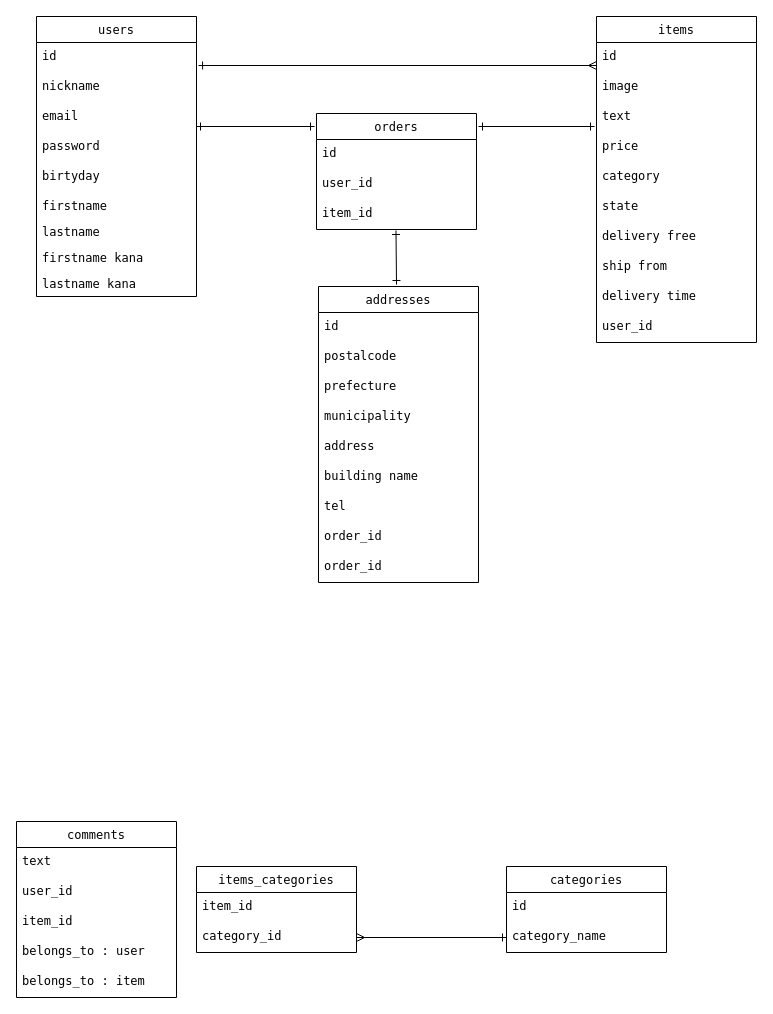
emiakazaki/furima-29123 keeps this draw.io diagram as furima.dio. Above is the earlier version. Source tidied: cells renumbered, new cells numbered last; positions are measured from the earlier drawing's top-left corner, leaving out a move shared by most shapes. Both pictures are drawn from the tidied source at 100%, with x=0, y=0 at pixel (16, 16).
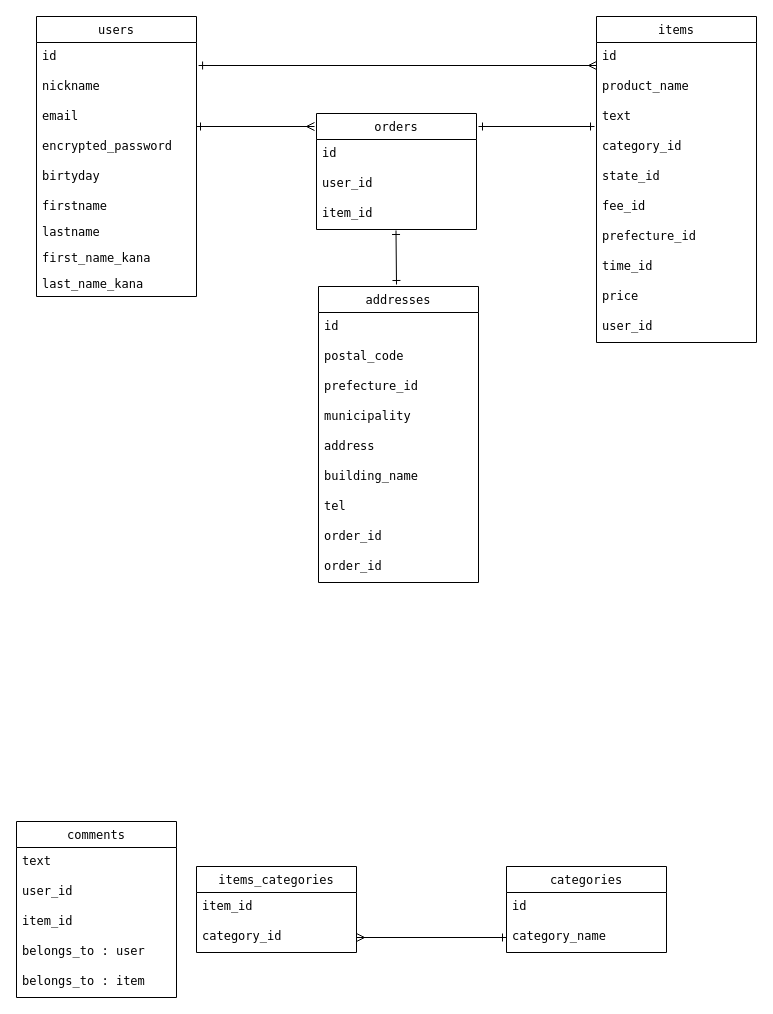
Above is the later version.

Commit message (it also covers changes not shown here):
テーブル設計_修正

Unchanged cells that the change refers to:
```xml
<mxCell id="2" value="users" style="swimlane;fontStyle=0;horizontal=1;startSize=26;align=center;fontSize=12;fontFamily=Lucida Console;" parent="1" vertex="1">
  <mxGeometry x="20" width="160" height="280" as="geometry" />
</mxCell>
<mxCell id="13" value="items" style="swimlane;fontStyle=0;horizontal=1;startSize=26;align=center;fontSize=12;fontFamily=Lucida Console;" parent="1" vertex="1">
  <mxGeometry x="580" width="160" height="326" as="geometry" />
</mxCell>
<mxCell id="28" value="addresses" style="swimlane;fontStyle=0;horizontal=1;startSize=26;align=center;fontSize=12;fontFamily=Lucida Console;" parent="1" vertex="1">
  <mxGeometry x="302" y="270" width="160" height="296" as="geometry" />
</mxCell>
```

Diff of the diagram source:
```diff
@@
-    <mxCell id="6" value="password" style="text;strokeColor=none;fillColor=none;spacingLeft=4;spacingRight=4;overflow=hidden;fontSize=12;fontFamily=Lucida Console;" parent="2" vertex="1">
+    <mxCell id="6" value="encrypted_password" style="text;strokeColor=none;fillColor=none;spacingLeft=4;spacingRight=4;overflow=hidden;fontSize=12;fontFamily=Lucida Console;" parent="2" vertex="1">
       <mxGeometry y="116" width="160" height="30" as="geometry" />
     </mxCell>
@@
-    <mxCell id="10" value="firstname kana" style="text;strokeColor=none;fillColor=none;spacingLeft=4;spacingRight=4;overflow=hidden;fontSize=12;fontFamily=Lucida Console;" parent="2" vertex="1">
+    <mxCell id="10" value="first_name_kana" style="text;strokeColor=none;fillColor=none;spacingLeft=4;spacingRight=4;overflow=hidden;fontSize=12;fontFamily=Lucida Console;" parent="2" vertex="1">
       <mxGeometry y="228" width="160" height="26" as="geometry" />
     </mxCell>
-    <mxCell id="11" value="lastname kana" style="text;strokeColor=none;fillColor=none;spacingLeft=4;spacingRight=4;overflow=hidden;fontSize=12;fontFamily=Lucida Console;" parent="2" vertex="1">
+    <mxCell id="11" value="last_name_kana" style="text;strokeColor=none;fillColor=none;spacingLeft=4;spacingRight=4;overflow=hidden;fontSize=12;fontFamily=Lucida Console;" parent="2" vertex="1">
       <mxGeometry y="254" width="160" height="26" as="geometry" />
     </mxCell>
@@
-    <mxCell id="15" value="image" style="text;strokeColor=none;fillColor=none;spacingLeft=4;spacingRight=4;overflow=hidden;fontSize=12;fontFamily=Lucida Console;" parent="13" vertex="1">
-      <mxGeometry y="56" width="160" height="30" as="geometry" />
-    </mxCell>
-    <mxCell id="16" value="text" style="text;strokeColor=none;fillColor=none;spacingLeft=4;spacingRight=4;overflow=hidden;fontSize=12;fontFamily=Lucida Console;" parent="13" vertex="1">
-      <mxGeometry y="86" width="160" height="30" as="geometry" />
+    <mxCell id="16" value="product_name" style="text;strokeColor=none;fillColor=none;spacingLeft=4;spacingRight=4;overflow=hidden;fontSize=12;fontFamily=Lucida Console;" parent="13" vertex="1">
+      <mxGeometry y="56" width="160" height="30" as="geometry" />
     </mxCell>
-    <mxCell id="17" value="price" style="text;strokeColor=none;fillColor=none;spacingLeft=4;spacingRight=4;overflow=hidden;fontSize=12;fontFamily=Lucida Console;" parent="13" vertex="1">
-      <mxGeometry y="116" width="160" height="30" as="geometry" />
-    </mxCell>
+    <mxCell id="55" value="text" style="text;strokeColor=none;fillColor=none;spacingLeft=4;spacingRight=4;overflow=hidden;fontSize=12;fontFamily=Lucida Console;" parent="13" vertex="1">
+      <mxGeometry y="86" width="160" height="30" as="geometry" />
+    </mxCell>
-    <mxCell id="18" value="category" style="text;strokeColor=none;fillColor=none;spacingLeft=4;spacingRight=4;overflow=hidden;fontSize=12;fontFamily=Lucida Console;" parent="13" vertex="1">
-      <mxGeometry y="146" width="160" height="30" as="geometry" />
+    <mxCell id="18" value="category_id" style="text;strokeColor=none;fillColor=none;spacingLeft=4;spacingRight=4;overflow=hidden;fontSize=12;fontFamily=Lucida Console;" parent="13" vertex="1">
+      <mxGeometry y="116" width="160" height="30" as="geometry" />
     </mxCell>
-    <mxCell id="19" value="state" style="text;strokeColor=none;fillColor=none;spacingLeft=4;spacingRight=4;overflow=hidden;fontSize=12;fontFamily=Lucida Console;" parent="13" vertex="1">
-      <mxGeometry y="176" width="160" height="30" as="geometry" />
+    <mxCell id="19" value="state_id" style="text;strokeColor=none;fillColor=none;spacingLeft=4;spacingRight=4;overflow=hidden;fontSize=12;fontFamily=Lucida Console;" parent="13" vertex="1">
+      <mxGeometry y="146" width="160" height="30" as="geometry" />
     </mxCell>
-    <mxCell id="20" value="delivery free" style="text;strokeColor=none;fillColor=none;spacingLeft=4;spacingRight=4;overflow=hidden;fontSize=12;fontFamily=Lucida Console;" parent="13" vertex="1">
-      <mxGeometry y="206" width="160" height="30" as="geometry" />
+    <mxCell id="20" value="fee_id&#10;" style="text;strokeColor=none;fillColor=none;spacingLeft=4;spacingRight=4;overflow=hidden;fontSize=12;fontFamily=Lucida Console;" parent="13" vertex="1">
+      <mxGeometry y="176" width="160" height="30" as="geometry" />
     </mxCell>
-    <mxCell id="21" value="ship from" style="text;strokeColor=none;fillColor=none;spacingLeft=4;spacingRight=4;overflow=hidden;fontSize=12;fontFamily=Lucida Console;" parent="13" vertex="1">
-      <mxGeometry y="236" width="160" height="30" as="geometry" />
-    </mxCell>
+    <mxCell id="56" value="prefecture_id" style="text;strokeColor=none;fillColor=none;spacingLeft=4;spacingRight=4;overflow=hidden;fontSize=12;fontFamily=Lucida Console;" parent="13" vertex="1">
+      <mxGeometry y="206" width="160" height="30" as="geometry" />
+    </mxCell>
-    <mxCell id="22" value="delivery time" style="text;strokeColor=none;fillColor=none;spacingLeft=4;spacingRight=4;overflow=hidden;fontSize=12;fontFamily=Lucida Console;" parent="13" vertex="1">
-      <mxGeometry y="266" width="160" height="30" as="geometry" />
+    <mxCell id="22" value="time_id" style="text;strokeColor=none;fillColor=none;spacingLeft=4;spacingRight=4;overflow=hidden;fontSize=12;fontFamily=Lucida Console;" parent="13" vertex="1">
+      <mxGeometry y="236" width="160" height="30" as="geometry" />
     </mxCell>
+    <mxCell id="17" value="price" style="text;strokeColor=none;fillColor=none;spacingLeft=4;spacingRight=4;overflow=hidden;fontSize=12;fontFamily=Lucida Console;" parent="13" vertex="1">
+      <mxGeometry y="266" width="160" height="30" as="geometry" />
+    </mxCell>
@@
-    <mxCell id="30" value="postalcode" style="text;strokeColor=none;fillColor=none;spacingLeft=4;spacingRight=4;overflow=hidden;fontSize=12;fontFamily=Lucida Console;" parent="28" vertex="1">
+    <mxCell id="30" value="postal_code" style="text;strokeColor=none;fillColor=none;spacingLeft=4;spacingRight=4;overflow=hidden;fontSize=12;fontFamily=Lucida Console;" parent="28" vertex="1">
       <mxGeometry y="56" width="160" height="30" as="geometry" />
     </mxCell>
-    <mxCell id="31" value="prefecture" style="text;strokeColor=none;fillColor=none;spacingLeft=4;spacingRight=4;overflow=hidden;fontSize=12;fontFamily=Lucida Console;" parent="28" vertex="1">
+    <mxCell id="31" value="prefecture_id" style="text;strokeColor=none;fillColor=none;spacingLeft=4;spacingRight=4;overflow=hidden;fontSize=12;fontFamily=Lucida Console;" parent="28" vertex="1">
       <mxGeometry y="86" width="160" height="30" as="geometry" />
     </mxCell>
@@
-    <mxCell id="34" value="building name" style="text;strokeColor=none;fillColor=none;spacingLeft=4;spacingRight=4;overflow=hidden;fontSize=12;fontFamily=Lucida Console;" parent="28" vertex="1">
+    <mxCell id="34" value="building_name" style="text;strokeColor=none;fillColor=none;spacingLeft=4;spacingRight=4;overflow=hidden;fontSize=12;fontFamily=Lucida Console;" parent="28" vertex="1">
       <mxGeometry y="176" width="160" height="30" as="geometry" />
     </mxCell>
@@
-    <mxCell id="52" style="rounded=0;orthogonalLoop=1;jettySize=auto;elbow=vertical;html=1;startArrow=ERone;startFill=0;endArrow=ERone;endFill=0;fontFamily=Lucida Console;fontSize=12;" parent="1" edge="1">
+    <mxCell id="52" style="rounded=0;orthogonalLoop=1;jettySize=auto;elbow=vertical;html=1;startArrow=ERone;startFill=0;endArrow=ERmany;endFill=0;fontFamily=Lucida Console;fontSize=12;" parent="1" edge="1">
       <mxGeometry relative="1" as="geometry">
         <mxPoint x="180" y="110" as="sourcePoint" />
         <mxPoint x="298" y="110" as="targetPoint" />
       </mxGeometry>
     </mxCell>
```
